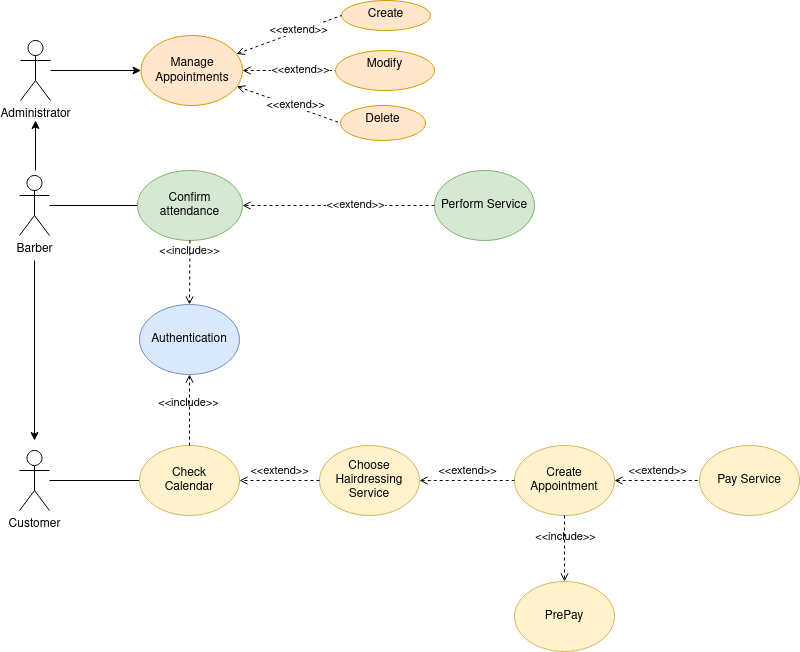
colidom/proyecto-ets keeps this draw.io diagram as doc/Casos de uso/EN-CasosUso.drawio.png. Above is the earlier version. Source tidied: cells renumbered, new cells last; positions are measured from the earlier drawing's top-left corner, leaving out a move shared by most shapes.
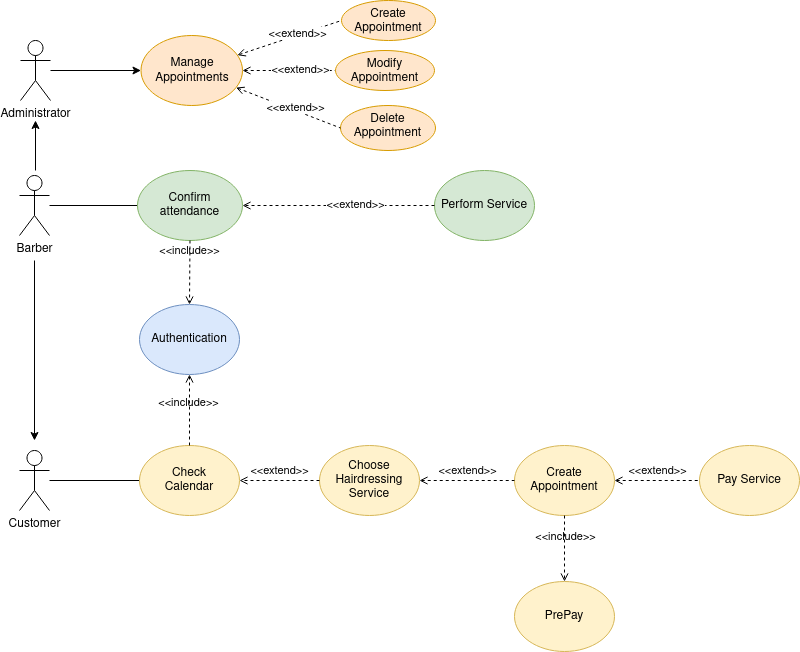
Above is the later version.

What changed in the source:
```diff
@@ -85,14 +85,14 @@
     <mxCell id="27" value="&lt;div&gt;&lt;br&gt;&lt;/div&gt;&lt;div&gt;Manage&lt;/div&gt;Appointments" style="ellipse;whiteSpace=wrap;html=1;verticalAlign=top;fillColor=#ffe6cc;strokeColor=#d79b00;" parent="1" vertex="1">
       <mxGeometry x="121.5" y="35" width="101.5" height="70" as="geometry" />
     </mxCell>
-    <mxCell id="28" value="Create" style="ellipse;whiteSpace=wrap;html=1;verticalAlign=top;fillColor=#ffe6cc;strokeColor=#d79b00;" parent="1" vertex="1">
-      <mxGeometry x="322" width="89" height="30" as="geometry" />
+    <mxCell id="28" value="Create Appointment" style="ellipse;whiteSpace=wrap;html=1;verticalAlign=top;fillColor=#ffe6cc;strokeColor=#d79b00;" parent="1" vertex="1">
+      <mxGeometry x="322" width="94" height="40" as="geometry" />
     </mxCell>
-    <mxCell id="29" value="Modify" style="ellipse;whiteSpace=wrap;html=1;verticalAlign=top;fillColor=#ffe6cc;strokeColor=#d79b00;" parent="1" vertex="1">
+    <mxCell id="29" value="Modify Appointment" style="ellipse;whiteSpace=wrap;html=1;verticalAlign=top;fillColor=#ffe6cc;strokeColor=#d79b00;" parent="1" vertex="1">
       <mxGeometry x="316" y="50" width="99" height="40" as="geometry" />
     </mxCell>
-    <mxCell id="30" value="Delete" style="ellipse;whiteSpace=wrap;html=1;verticalAlign=top;fillColor=#ffe6cc;strokeColor=#d79b00;" parent="1" vertex="1">
-      <mxGeometry x="321" y="105" width="85" height="35" as="geometry" />
+    <mxCell id="30" value="Delete Appointment" style="ellipse;whiteSpace=wrap;html=1;verticalAlign=top;fillColor=#ffe6cc;strokeColor=#d79b00;" parent="1" vertex="1">
+      <mxGeometry x="321" y="105" width="95" height="45" as="geometry" />
     </mxCell>
     <mxCell id="31" style="rounded=0;jettySize=auto;html=1;dashed=1;endArrow=none;endFill=0;startArrow=open;startFill=0;entryX=0;entryY=0.5;entryDx=0;entryDy=0;" parent="1" edge="1" source="27" target="28">
       <mxGeometry relative="1" as="geometry" />
```
